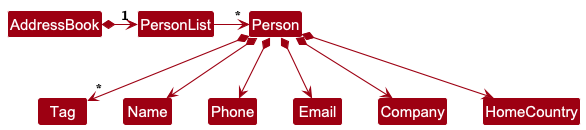
Above: docs/images/BetterModelClassDiagram.png in AY2526S1-CS2103T-T15-4/tp (PlantUML), before the change.
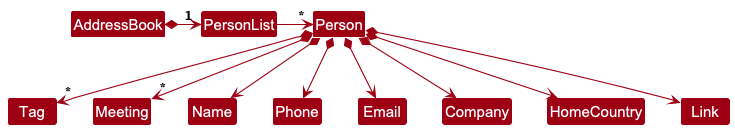
The same file after the commit.

Commit message:
Update BetterModelClassDiagram in developer guide

What changed in the source:
```diff
@@ -9,10 +9,12 @@
 PersonList -right-> "*" Person
 
 Person *--> "*" Tag
+Person *--> "*" Meeting
 
 Person *--> Name
 Person *--> Phone
 Person *--> Email
 Person *--> Company
 Person *--> HomeCountry
+Person *--> Link
 @enduml
```
